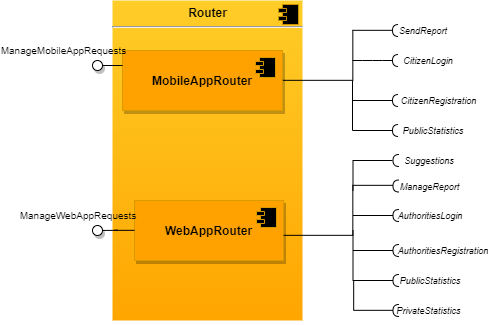
The draw.io diagram DD/img/Router.png in SimoneSartoni/SoftwareEngineering2, before a commit. Source tidied: cells renumbered, new cells last; positions are measured from the earlier drawing's top-left corner, leaving out a move shared by most shapes.
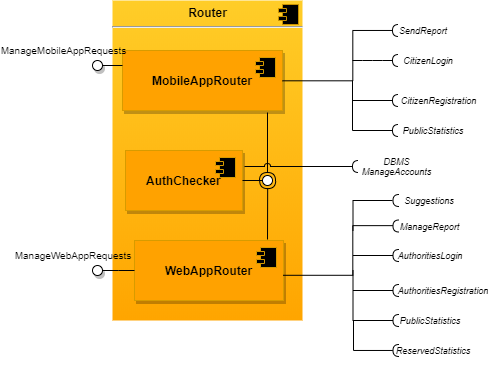
After the commit.

The edit, as a diff of the source:
```diff
@@ -18,8 +18,31 @@
         <mxPoint x="-27" y="7" as="offset" />
       </mxGeometry>
     </mxCell>
+    <mxCell id="46" style="rounded=0;jettySize=auto;html=1;endArrow=halfCircle;endFill=0;entryX=0.5;entryY=0.5;entryDx=0;entryDy=0;endSize=6;strokeWidth=1;fontSize=9;" parent="2" edge="1" target="47">
+      <mxGeometry relative="1" as="geometry">
+        <mxPoint x="155" y="112" as="sourcePoint" />
+      </mxGeometry>
+    </mxCell>
+    <mxCell id="47" style="ellipse;whiteSpace=wrap;html=1;fontFamily=Helvetica;fontSize=12;fontColor=#000000;align=center;strokeColor=#000000;fillColor=#ffffff;points=[];rounded=0;shadow=0;glass=0;comic=0;" parent="2" vertex="1">
+      <mxGeometry x="150" y="175" width="10" height="10" as="geometry" />
+    </mxCell>
+    <mxCell id="48" style="rounded=0;orthogonalLoop=1;jettySize=auto;html=1;endArrow=halfCircle;endFill=0;entryX=0.5;entryY=0.5;entryDx=0;entryDy=0;endSize=6;strokeWidth=1;fontSize=9;" parent="2" edge="1">
+      <mxGeometry relative="1" as="geometry">
+        <mxPoint x="155" y="239" as="sourcePoint" />
+        <mxPoint x="155.2" y="180.1" as="targetPoint" />
+      </mxGeometry>
+    </mxCell>
+    <mxCell id="49" style="endArrow=none;html=1;fontSize=10;jumpStyle=arc;" parent="2" edge="1">
+      <mxGeometry relative="1" as="geometry">
+        <mxPoint x="132" y="166" as="sourcePoint" />
+        <mxPoint x="240" y="166" as="targetPoint" />
+        <Array as="points">
+          <mxPoint x="152" y="166" />
+        </Array>
+      </mxGeometry>
+    </mxCell>
     <mxCell id="6" value="&lt;b&gt;WebAppRouter&lt;/b&gt;" style="html=1;rounded=0;shadow=1;glass=0;comic=0;strokeColor=#d79b00;fillColor=#FFA200;gradientColor=none;" parent="1" vertex="1">
-      <mxGeometry x="92" y="200" width="149" height="60" as="geometry" />
+      <mxGeometry x="92" y="240" width="149" height="60" as="geometry" />
     </mxCell>
     <mxCell id="7" style="shape=component;jettyWidth=8;jettyHeight=4;gradientColor=none;fillColor=#000000;strokeColor=#d79b00;" parent="6" vertex="1">
       <mxGeometry x="1" width="20" height="20" relative="1" as="geometry">
@@ -35,16 +58,14 @@
     <mxCell id="10" value="ManageMobileAppRequests" style="text;html=1;strokeColor=none;fillColor=none;align=center;verticalAlign=middle;whiteSpace=wrap;rounded=0;shadow=1;glass=0;comic=0;fontSize=10;" parent="1" vertex="1">
       <mxGeometry y="40" width="40" height="20" as="geometry" />
     </mxCell>
-    <mxCell id="11" style="edgeStyle=orthogonalEdgeStyle;rounded=0;jettySize=auto;html=1;endArrow=none;endFill=0;fontSize=10;" parent="1" edge="1" target="6">
-      <mxGeometry relative="1" as="geometry">
-        <mxPoint x="55" y="230" as="sourcePoint" />
-      </mxGeometry>
-    </mxCell>
+    <mxCell id="50" style="edgeStyle=elbowEdgeStyle;rounded=0;jettySize=auto;html=1;endArrow=none;endFill=0;fontSize=9;" parent="1" edge="1" source="12" target="6">
+      <mxGeometry relative="1" as="geometry" />
+    </mxCell>
     <mxCell id="12" style="ellipse;whiteSpace=wrap;html=1;fontFamily=Helvetica;fontSize=12;fontColor=#000000;align=center;strokeColor=#000000;fillColor=#ffffff;points=[];rounded=0;shadow=1;glass=0;comic=0;" parent="1" vertex="1">
-      <mxGeometry x="50" y="225" width="10" height="10" as="geometry" />
+      <mxGeometry x="50" y="265" width="10" height="10" as="geometry" />
     </mxCell>
     <mxCell id="13" value="ManageWebAppRequests" style="text;html=1;strokeColor=none;fillColor=none;align=center;verticalAlign=middle;whiteSpace=wrap;rounded=0;shadow=1;glass=0;comic=0;fontSize=10;" parent="1" vertex="1">
-      <mxGeometry x="15" y="205" width="40" height="20" as="geometry" />
+      <mxGeometry x="10" y="245" width="40" height="20" as="geometry" />
     </mxCell>
     <mxCell id="14" value="SendReport" style="text;html=1;strokeColor=none;fillColor=none;align=center;verticalAlign=middle;whiteSpace=wrap;rounded=0;shadow=1;glass=0;comic=0;fontStyle=2;fontSize=9;" parent="1" vertex="1">
       <mxGeometry x="350" y="20" width="60" height="20" as="geometry" />
@@ -105,93 +126,110 @@
       <mxGeometry x="306" y="80" width="8" height="50" as="geometry" />
     </mxCell>
     <mxCell id="27" value="ManageReport" style="text;html=1;strokeColor=none;fillColor=none;align=center;verticalAlign=middle;whiteSpace=wrap;rounded=0;shadow=1;glass=0;comic=0;fontStyle=2;fontSize=9;" parent="1" vertex="1">
-      <mxGeometry x="356" y="175.5" width="60" height="20" as="geometry" />
+      <mxGeometry x="356" y="215.5" width="60" height="20" as="geometry" />
     </mxCell>
     <mxCell id="28" style="edgeStyle=orthogonalEdgeStyle;rounded=0;orthogonalLoop=1;jettySize=auto;html=1;exitX=1;exitY=0.5;exitDx=0;exitDy=0;endArrow=none;endFill=0;fontSize=10;" parent="1" edge="1">
       <mxGeometry relative="1" as="geometry">
-        <mxPoint x="240.8" y="234.9" as="sourcePoint" />
-        <mxPoint x="350.5" y="185.1" as="targetPoint" />
+        <mxPoint x="240.8" y="274.9" as="sourcePoint" />
+        <mxPoint x="350.5" y="225.1" as="targetPoint" />
         <Array as="points">
-          <mxPoint x="310.5" y="235" />
-          <mxPoint x="310.5" y="185" />
-          <mxPoint x="350.5" y="185" />
+          <mxPoint x="310.5" y="275" />
+          <mxPoint x="310.5" y="225" />
+          <mxPoint x="350.5" y="225" />
         </Array>
       </mxGeometry>
     </mxCell>
     <mxCell id="29" value="AuthoritiesLogin" style="text;html=1;strokeColor=none;fillColor=none;align=center;verticalAlign=middle;whiteSpace=wrap;rounded=0;shadow=1;glass=0;comic=0;fontStyle=2;fontSize=9;" parent="1" vertex="1">
-      <mxGeometry x="356.5" y="205" width="60" height="20" as="geometry" />
+      <mxGeometry x="356.5" y="245" width="60" height="20" as="geometry" />
     </mxCell>
     <mxCell id="30" style="endArrow=none;html=1;fontSize=10;" parent="1" edge="1">
       <mxGeometry relative="1" as="geometry">
-        <mxPoint x="310.5" y="215" as="sourcePoint" />
-        <mxPoint x="350.5" y="215" as="targetPoint" />
+        <mxPoint x="310.5" y="255" as="sourcePoint" />
+        <mxPoint x="350.5" y="255" as="targetPoint" />
         <Array as="points">
-          <mxPoint x="330.5" y="215" />
+          <mxPoint x="330.5" y="255" />
         </Array>
       </mxGeometry>
     </mxCell>
     <mxCell id="31" style="shape=requiredInterface;html=1;verticalLabelPosition=bottom;rounded=0;shadow=0;glass=0;comic=0;strokeColor=#000000;fillColor=#ffffff;gradientColor=none;fontSize=10;flipH=1;" parent="1" vertex="1">
-      <mxGeometry x="350.5" y="179.5" width="6" height="12" as="geometry" />
+      <mxGeometry x="350.5" y="219.5" width="6" height="12" as="geometry" />
     </mxCell>
     <mxCell id="32" style="shape=requiredInterface;html=1;verticalLabelPosition=bottom;rounded=0;shadow=0;glass=0;comic=0;strokeColor=#000000;fillColor=#ffffff;gradientColor=none;fontSize=10;flipH=1;" parent="1" vertex="1">
-      <mxGeometry x="350.5" y="209" width="6" height="12" as="geometry" />
+      <mxGeometry x="350.5" y="249" width="6" height="12" as="geometry" />
     </mxCell>
     <mxCell id="33" value="AuthoritiesRegistration" style="text;html=1;strokeColor=none;fillColor=none;align=center;verticalAlign=middle;whiteSpace=wrap;rounded=0;shadow=1;glass=0;comic=0;fontStyle=2;fontSize=9;" parent="1" vertex="1">
-      <mxGeometry x="370" y="240" width="60" height="20" as="geometry" />
+      <mxGeometry x="370" y="280" width="60" height="20" as="geometry" />
     </mxCell>
     <mxCell id="34" style="endArrow=none;html=1;fontSize=10;" parent="1" edge="1">
       <mxGeometry relative="1" as="geometry">
-        <mxPoint x="310.5" y="250" as="sourcePoint" />
-        <mxPoint x="350.5" y="250" as="targetPoint" />
+        <mxPoint x="310.5" y="290" as="sourcePoint" />
+        <mxPoint x="350.5" y="290" as="targetPoint" />
       </mxGeometry>
     </mxCell>
     <mxCell id="35" style="shape=requiredInterface;html=1;verticalLabelPosition=bottom;rounded=0;shadow=0;glass=0;comic=0;strokeColor=#000000;fillColor=#ffffff;gradientColor=none;fontSize=10;flipH=1;" parent="1" vertex="1">
-      <mxGeometry x="350.5" y="244" width="6" height="12" as="geometry" />
+      <mxGeometry x="350.5" y="284" width="6" height="12" as="geometry" />
     </mxCell>
     <mxCell id="36" value="PublicStatistics" style="text;html=1;strokeColor=none;fillColor=none;align=center;verticalAlign=middle;whiteSpace=wrap;rounded=0;shadow=1;glass=0;comic=0;fontStyle=2;fontSize=9;" parent="1" vertex="1">
-      <mxGeometry x="356.5" y="270" width="60" height="20" as="geometry" />
+      <mxGeometry x="356.5" y="310" width="60" height="20" as="geometry" />
     </mxCell>
     <mxCell id="37" style="endArrow=none;html=1;fontSize=10;" parent="1" edge="1">
       <mxGeometry relative="1" as="geometry">
-        <mxPoint x="310.5" y="280" as="sourcePoint" />
-        <mxPoint x="350.5" y="280" as="targetPoint" />
+        <mxPoint x="310.5" y="320" as="sourcePoint" />
+        <mxPoint x="350.5" y="320" as="targetPoint" />
       </mxGeometry>
     </mxCell>
     <mxCell id="38" style="shape=requiredInterface;html=1;verticalLabelPosition=bottom;rounded=0;shadow=0;glass=0;comic=0;strokeColor=#000000;fillColor=#ffffff;gradientColor=none;fontSize=10;flipH=1;" parent="1" vertex="1">
-      <mxGeometry x="350.5" y="274" width="6" height="12" as="geometry" />
+      <mxGeometry x="350.5" y="314" width="6" height="12" as="geometry" />
     </mxCell>
     <mxCell id="39" style="line;strokeWidth=1;fillColor=none;align=left;verticalAlign=middle;spacingTop=-1;spacingLeft=3;spacingRight=3;labelPosition=right;rounded=0;shadow=0;glass=0;comic=0;fontSize=10;direction=south;" parent="1" vertex="1">
-      <mxGeometry x="306.5" y="230" width="8" height="50" as="geometry" />
+      <mxGeometry x="306.5" y="270" width="8" height="50" as="geometry" />
     </mxCell>
     <mxCell id="40" value="Suggestions" style="text;html=1;strokeColor=none;fillColor=none;align=center;verticalAlign=middle;whiteSpace=wrap;rounded=0;shadow=1;glass=0;comic=0;fontStyle=2;fontSize=9;" parent="1" vertex="1">
-      <mxGeometry x="356.5" y="150" width="60" height="20" as="geometry" />
+      <mxGeometry x="356.5" y="190" width="60" height="20" as="geometry" />
     </mxCell>
     <mxCell id="41" style="endArrow=none;html=1;fontSize=10;rounded=0;edgeStyle=elbowEdgeStyle;" parent="1" edge="1">
       <mxGeometry relative="1" as="geometry">
-        <mxPoint x="310.5" y="190" as="sourcePoint" />
-        <mxPoint x="350" y="160" as="targetPoint" />
+        <mxPoint x="310.5" y="230" as="sourcePoint" />
+        <mxPoint x="350" y="200" as="targetPoint" />
         <Array as="points">
-          <mxPoint x="310.5" y="170" />
+          <mxPoint x="310.5" y="210" />
         </Array>
       </mxGeometry>
     </mxCell>
     <mxCell id="42" style="shape=requiredInterface;html=1;verticalLabelPosition=bottom;rounded=0;shadow=0;glass=0;comic=0;strokeColor=#000000;fillColor=#ffffff;gradientColor=none;fontSize=10;flipH=1;" parent="1" vertex="1">
-      <mxGeometry x="350.5" y="154" width="6" height="12" as="geometry" />
+      <mxGeometry x="350.5" y="194" width="6" height="12" as="geometry" />
     </mxCell>
-    <mxCell id="43" value="PrivateStatistics" style="text;html=1;strokeColor=none;fillColor=none;align=center;verticalAlign=middle;whiteSpace=wrap;rounded=0;shadow=1;glass=0;comic=0;fontStyle=2;fontSize=9;" parent="1" vertex="1">
-      <mxGeometry x="356.5" y="300" width="60" height="20" as="geometry" />
+    <mxCell id="43" value="ReservedStatistics" style="text;html=1;strokeColor=none;fillColor=none;align=center;verticalAlign=middle;whiteSpace=wrap;rounded=0;shadow=1;glass=0;comic=0;fontStyle=2;fontSize=9;" parent="1" vertex="1">
+      <mxGeometry x="360" y="340" width="60" height="20" as="geometry" />
     </mxCell>
     <mxCell id="44" style="endArrow=none;html=1;fontSize=10;edgeStyle=orthogonalEdgeStyle;rounded=0;" parent="1" edge="1">
       <mxGeometry relative="1" as="geometry">
-        <mxPoint x="311" y="280" as="sourcePoint" />
-        <mxPoint x="350.5" y="310" as="targetPoint" />
+        <mxPoint x="311" y="320" as="sourcePoint" />
+        <mxPoint x="350.5" y="350" as="targetPoint" />
         <Array as="points">
-          <mxPoint x="311" y="310" />
+          <mxPoint x="311" y="350" />
         </Array>
       </mxGeometry>
     </mxCell>
     <mxCell id="45" style="shape=requiredInterface;html=1;verticalLabelPosition=bottom;rounded=0;shadow=0;glass=0;comic=0;strokeColor=#000000;fillColor=#ffffff;gradientColor=none;fontSize=10;flipH=1;" parent="1" vertex="1">
-      <mxGeometry x="350.5" y="304" width="6" height="12" as="geometry" />
+      <mxGeometry x="350.5" y="344" width="6" height="12" as="geometry" />
     </mxCell>
+    <mxCell id="51" value="&lt;b&gt;AuthChecker&lt;/b&gt;" style="html=1;rounded=0;shadow=1;glass=0;comic=0;strokeColor=#d79b00;fillColor=#FFA200;gradientColor=none;" parent="1" vertex="1">
+      <mxGeometry x="83" y="150" width="117" height="60" as="geometry" />
+    </mxCell>
+    <mxCell id="52" style="shape=component;jettyWidth=8;jettyHeight=4;gradientColor=none;fillColor=#000000;strokeColor=#d79b00;" parent="51" vertex="1">
+      <mxGeometry x="1" width="20" height="20" relative="1" as="geometry">
+        <mxPoint x="-27" y="7" as="offset" />
+      </mxGeometry>
+    </mxCell>
+    <mxCell id="53" style="rounded=0;jettySize=auto;html=1;endArrow=none;endFill=0;fontSize=9;exitX=1;exitY=0.5;exitDx=0;exitDy=0;" parent="1" edge="1" source="51" target="47">
+      <mxGeometry relative="1" as="geometry" />
+    </mxCell>
+    <mxCell id="54" style="shape=requiredInterface;html=1;verticalLabelPosition=bottom;rounded=0;shadow=0;glass=0;comic=0;strokeColor=#000000;fillColor=#ffffff;gradientColor=none;fontSize=10;flipH=1;" parent="1" vertex="1">
+      <mxGeometry x="310" y="160" width="6" height="12" as="geometry" />
+    </mxCell>
+    <mxCell id="55" value="DBMS&lt;br&gt;ManageAccounts" style="text;html=1;strokeColor=none;fillColor=none;align=center;verticalAlign=middle;whiteSpace=wrap;rounded=0;shadow=1;glass=0;comic=0;fontStyle=2;fontSize=9;" parent="1" vertex="1">
+      <mxGeometry x="323.5" y="156" width="60" height="20" as="geometry" />
+    </mxCell>
   </root>
 </mxGraphModel>
```
